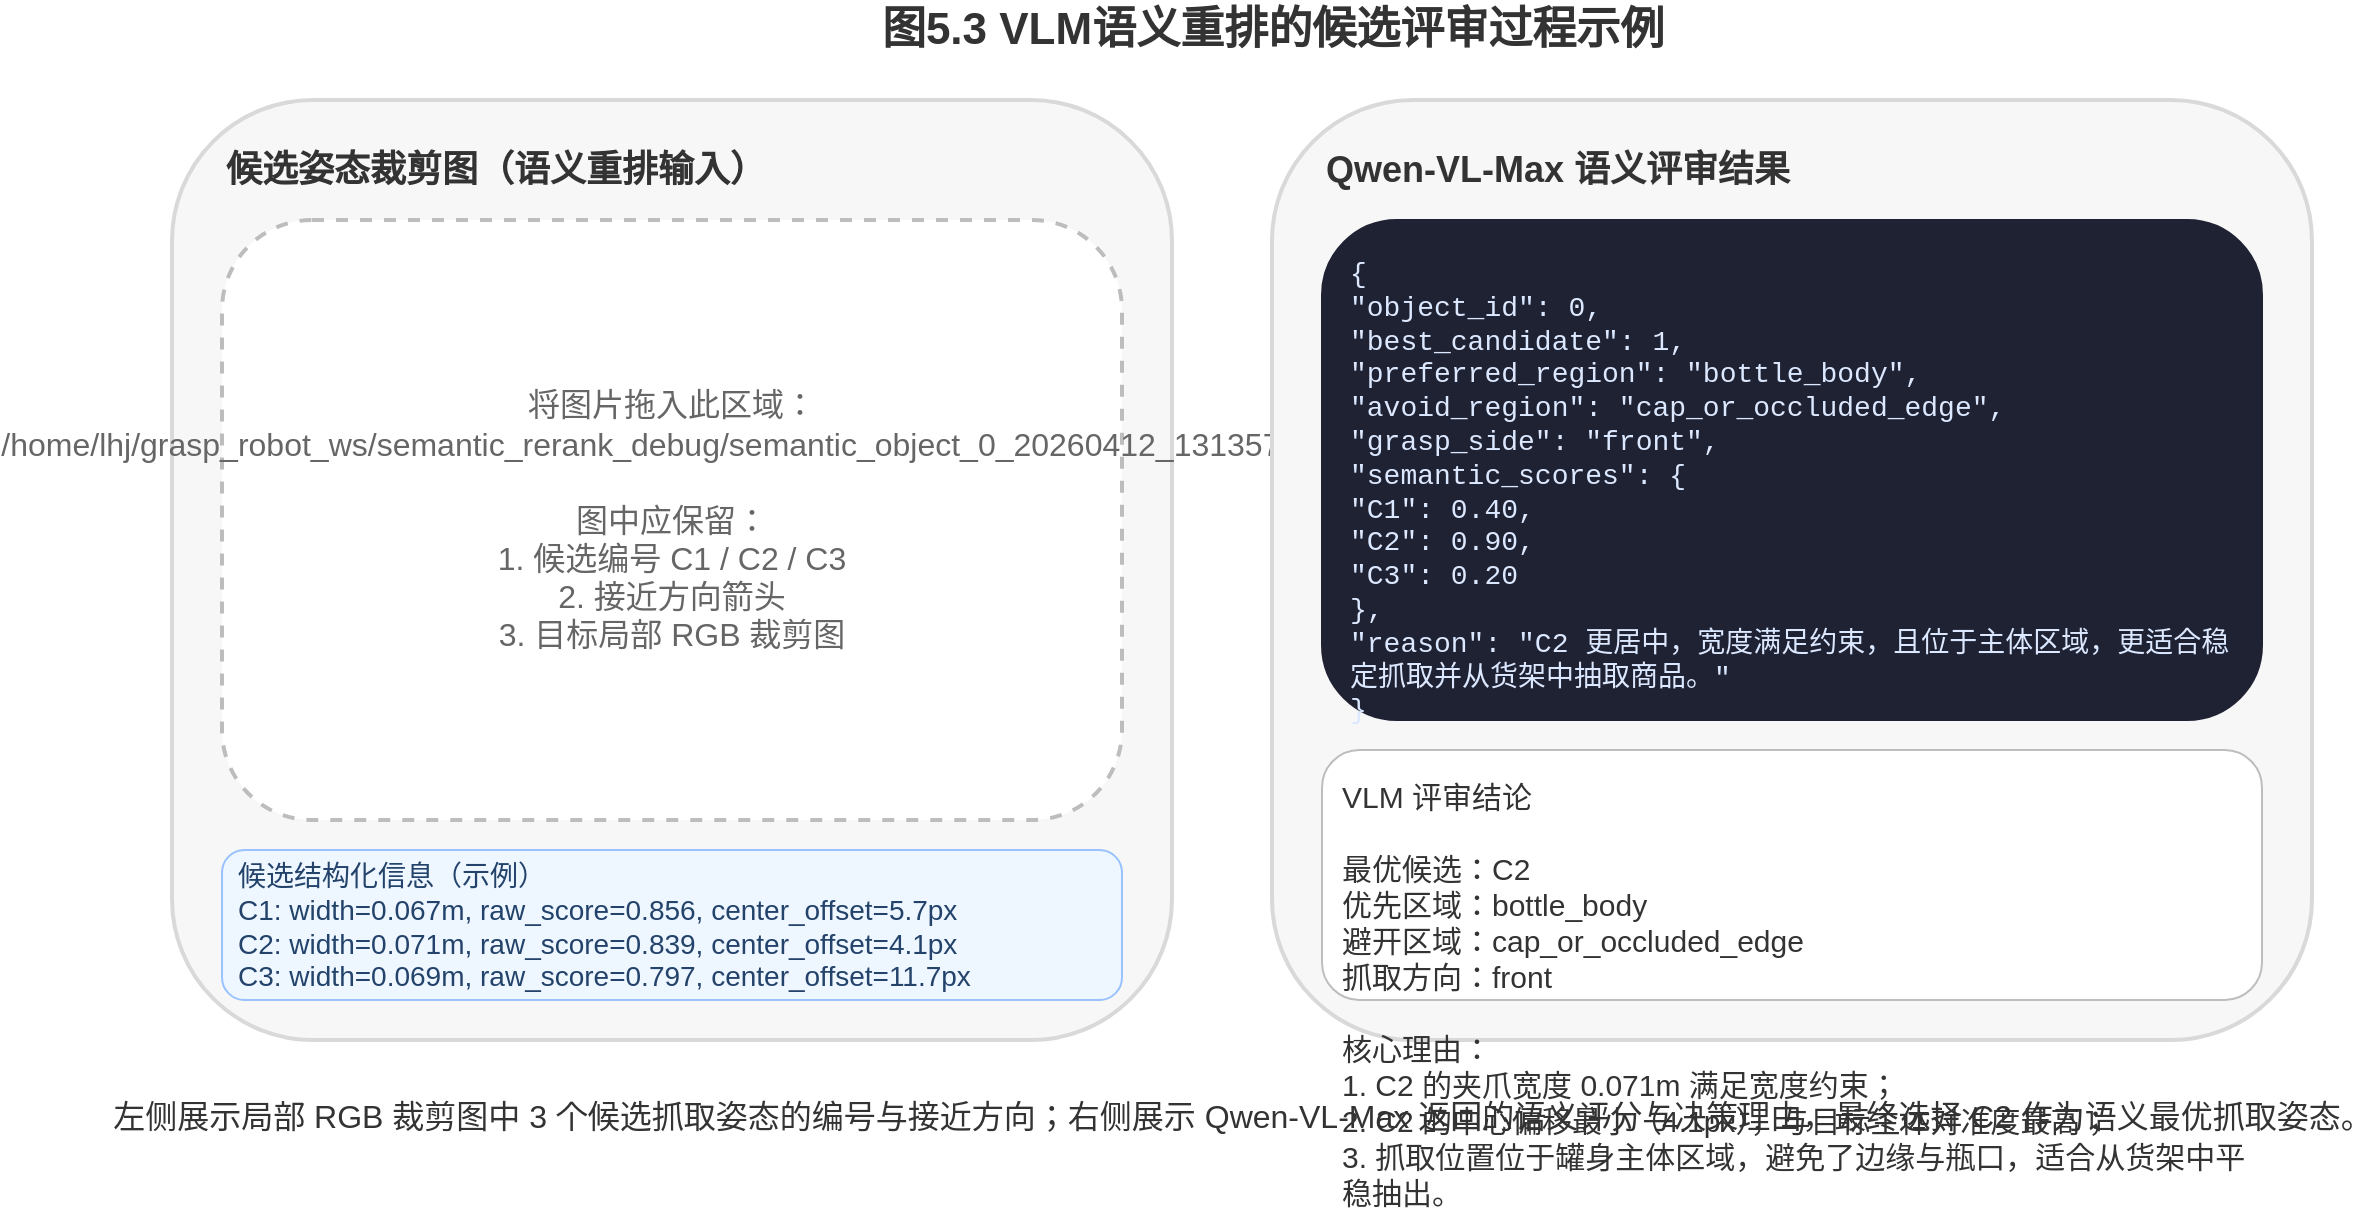
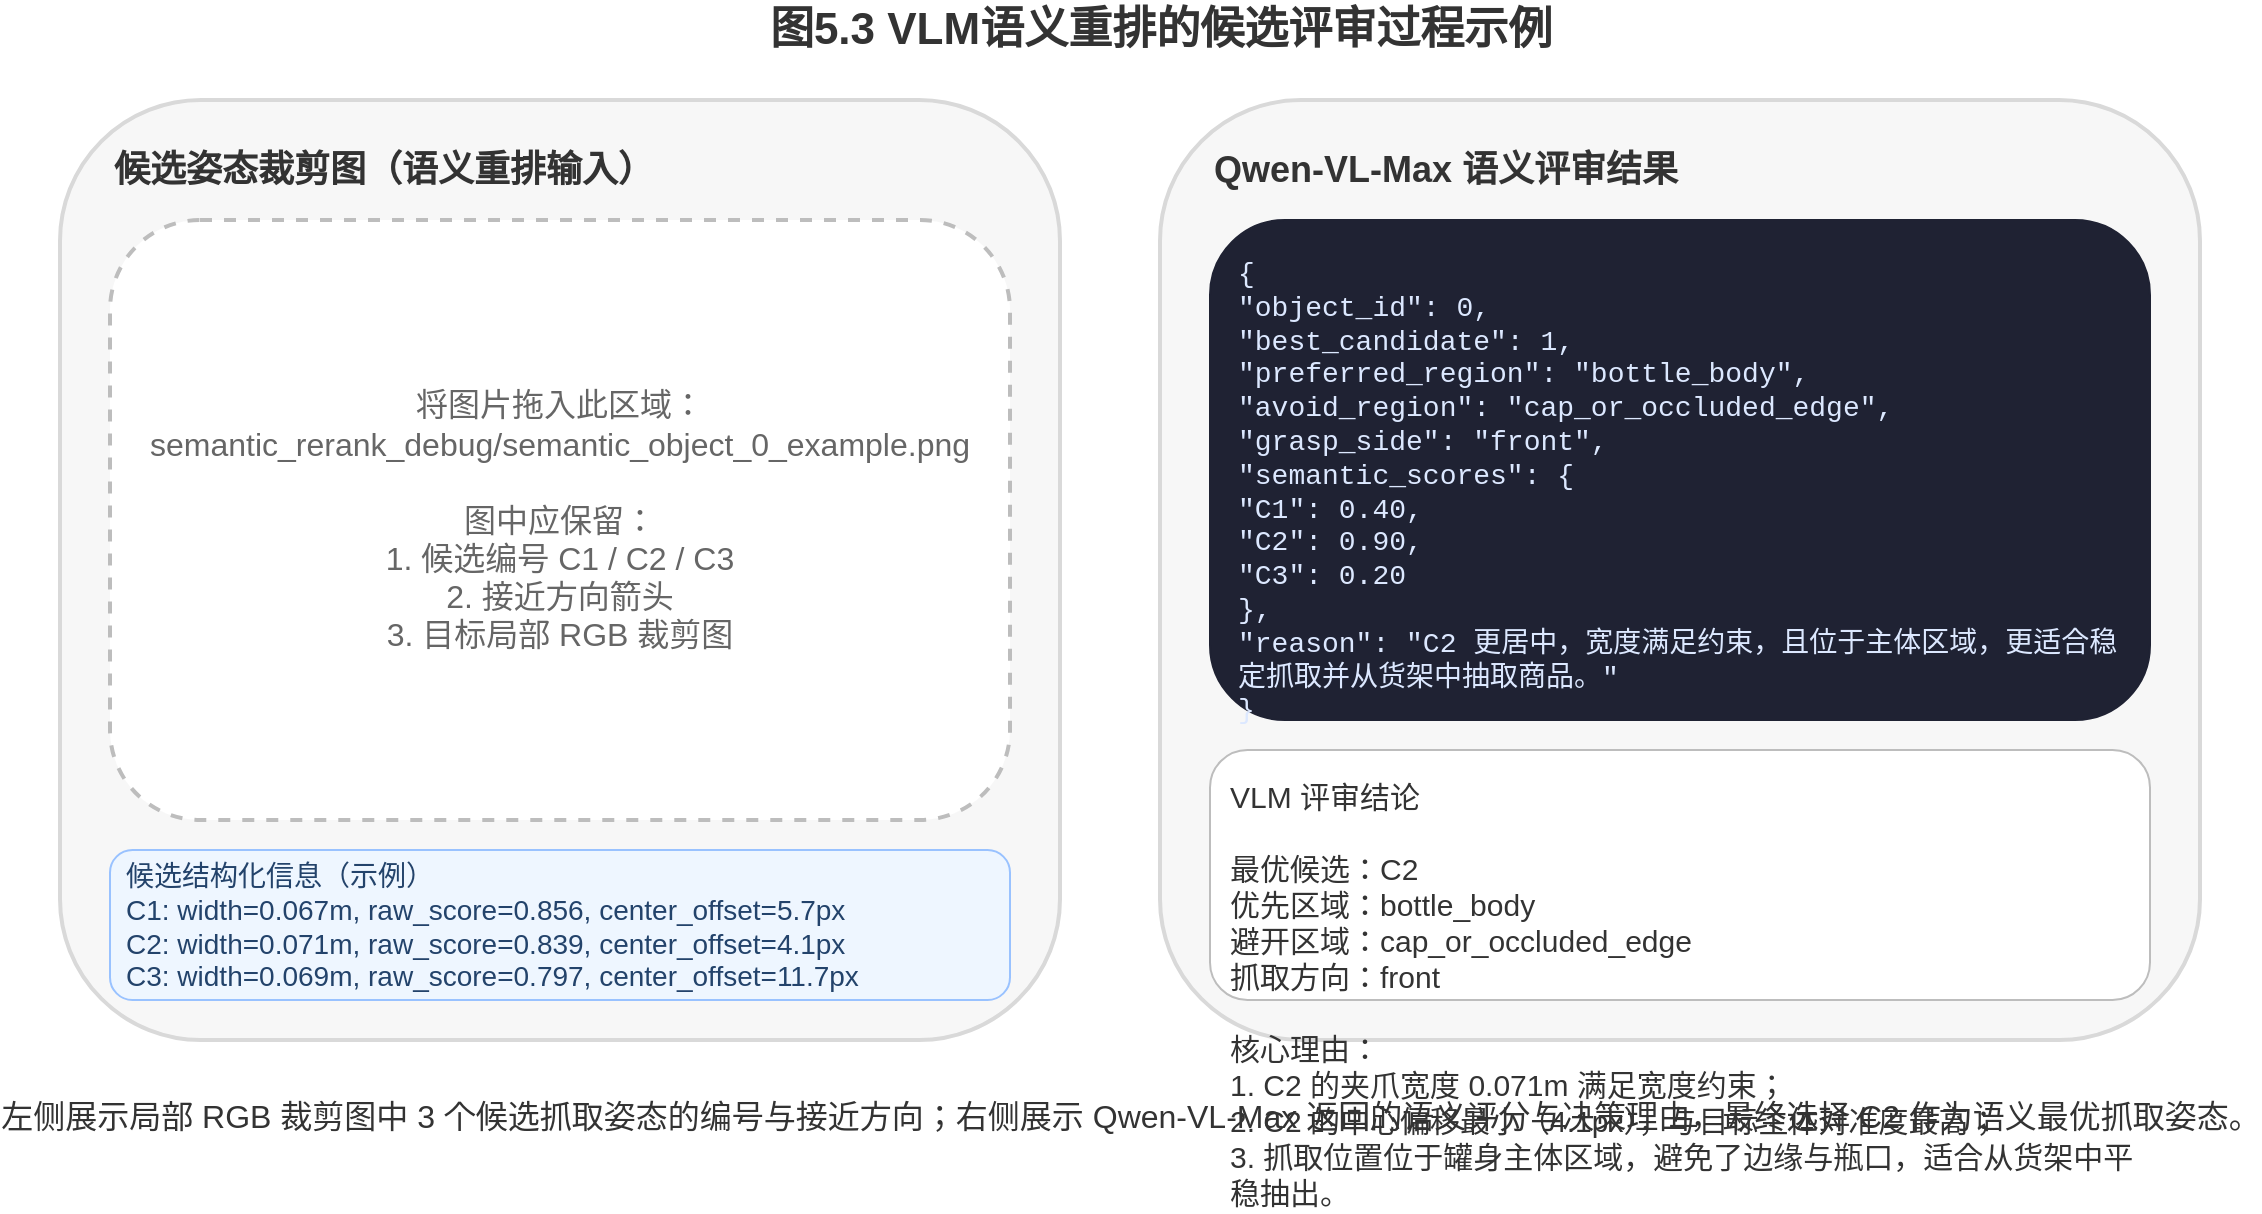
<mxfile host="app.diagrams.net" modified="2026-04-12T00:00:00.000Z" agent="Codex" version="24.7.17">
  <diagram id="fig53" name="Fig5.3 Semantic Rerank">
    <mxGraphModel dx="1280" dy="720" grid="1" gridSize="10" guides="1" tooltips="1" connect="0" arrows="0" fold="1" page="1" pageScale="1" pageWidth="1169" pageHeight="827" math="0" shadow="0">
      <root>
        <mxCell id="0"/>
        <mxCell id="1" parent="0"/>
        <mxCell id="title" value="图5.3 VLM语义重排的候选评审过程示例" style="text;html=1;strokeColor=none;fillColor=none;align=center;verticalAlign=middle;fontStyle=1;fontSize=22;fontColor=#333333;" vertex="1" parent="1">
          <mxGeometry x="250" y="20" width="700" height="30" as="geometry"/>
        </mxCell>
        <mxCell id="left_panel" value="" style="rounded=1;whiteSpace=wrap;html=1;fillColor=#f7f7f7;strokeColor=#d9d9d9;strokeWidth=2;" vertex="1" parent="1">
          <mxGeometry x="50" y="70" width="500" height="470" as="geometry"/>
        </mxCell>
        <mxCell id="left_header" value="候选姿态裁剪图（语义重排输入）" style="text;html=1;strokeColor=none;fillColor=none;align=left;verticalAlign=middle;fontStyle=1;fontSize=18;fontColor=#333333;" vertex="1" parent="1">
          <mxGeometry x="75" y="90" width="300" height="30" as="geometry"/>
        </mxCell>
-         <mxCell id="left_image_box" value="将图片拖入此区域：&#xa;/home/lhj/grasp_robot_ws/semantic_rerank_debug/semantic_object_0_20260412_131357.png&#xa;&#xa;图中应保留：&#xa;1. 候选编号 C1 / C2 / C3&#xa;2. 接近方向箭头&#xa;3. 目标局部 RGB 裁剪图" style="rounded=1;whiteSpace=wrap;html=1;fillColor=#ffffff;strokeColor=#bdbdbd;strokeWidth=2;dashed=1;align=center;verticalAlign=middle;fontSize=16;fontColor=#666666;" vertex="1" parent="1">
+         <mxCell id="left_image_box" value="将图片拖入此区域：&#xa;semantic_rerank_debug/semantic_object_0_example.png&#xa;&#xa;图中应保留：&#xa;1. 候选编号 C1 / C2 / C3&#xa;2. 接近方向箭头&#xa;3. 目标局部 RGB 裁剪图" style="rounded=1;whiteSpace=wrap;html=1;fillColor=#ffffff;strokeColor=#bdbdbd;strokeWidth=2;dashed=1;align=center;verticalAlign=middle;fontSize=16;fontColor=#666666;" vertex="1" parent="1">
          <mxGeometry x="75" y="130" width="450" height="300" as="geometry"/>
        </mxCell>
        <mxCell id="left_note" value="候选结构化信息（示例）&#xa;C1: width=0.067m, raw_score=0.856, center_offset=5.7px&#xa;C2: width=0.071m, raw_score=0.839, center_offset=4.1px&#xa;C3: width=0.069m, raw_score=0.797, center_offset=11.7px" style="rounded=1;whiteSpace=wrap;html=1;fillColor=#eef6ff;strokeColor=#99c2ff;strokeWidth=1;align=left;verticalAlign=middle;fontSize=14;fontColor=#23436b;spacing=8;" vertex="1" parent="1">
          <mxGeometry x="75" y="445" width="450" height="75" as="geometry"/>
        </mxCell>

        <mxCell id="right_panel" value="" style="rounded=1;whiteSpace=wrap;html=1;fillColor=#f7f7f7;strokeColor=#d9d9d9;strokeWidth=2;" vertex="1" parent="1">
          <mxGeometry x="600" y="70" width="520" height="470" as="geometry"/>
        </mxCell>
        <mxCell id="right_header" value="Qwen-VL-Max 语义评审结果" style="text;html=1;strokeColor=none;fillColor=none;align=left;verticalAlign=middle;fontStyle=1;fontSize=18;fontColor=#333333;" vertex="1" parent="1">
          <mxGeometry x="625" y="90" width="280" height="30" as="geometry"/>
        </mxCell>
        <mxCell id="json_box" value="{&#xa;  &quot;object_id&quot;: 0,&#xa;  &quot;best_candidate&quot;: 1,&#xa;  &quot;preferred_region&quot;: &quot;bottle_body&quot;,&#xa;  &quot;avoid_region&quot;: &quot;cap_or_occluded_edge&quot;,&#xa;  &quot;grasp_side&quot;: &quot;front&quot;,&#xa;  &quot;semantic_scores&quot;: {&#xa;    &quot;C1&quot;: 0.40,&#xa;    &quot;C2&quot;: 0.90,&#xa;    &quot;C3&quot;: 0.20&#xa;  },&#xa;  &quot;reason&quot;: &quot;C2 更居中，宽度满足约束，且位于主体区域，更适合稳定抓取并从货架中抽取商品。&quot;&#xa;}" style="rounded=1;whiteSpace=wrap;html=1;fillColor=#1f2233;strokeColor=#1f2233;fontSize=14;fontColor=#dce8ff;fontFamily=Courier New;align=left;verticalAlign=top;spacing=14;" vertex="1" parent="1">
          <mxGeometry x="625" y="130" width="470" height="250" as="geometry"/>
        </mxCell>
        <mxCell id="decision_box" value="VLM 评审结论&#xa;&#xa;最优候选：C2&#xa;优先区域：bottle_body&#xa;避开区域：cap_or_occluded_edge&#xa;抓取方向：front&#xa;&#xa;核心理由：&#xa;1. C2 的夹爪宽度 0.071m 满足宽度约束；&#xa;2. C2 的中心偏移最小（4.1px），与目标主体对准度最高；&#xa;3. 抓取位置位于罐身主体区域，避免了边缘与瓶口，适合从货架中平稳抽出。" style="rounded=1;whiteSpace=wrap;html=1;fillColor=#ffffff;strokeColor=#bdbdbd;strokeWidth=1;align=left;verticalAlign=top;fontSize=15;fontColor=#333333;spacing=10;" vertex="1" parent="1">
          <mxGeometry x="625" y="395" width="470" height="125" as="geometry"/>
        </mxCell>

        <mxCell id="caption" value="左侧展示局部 RGB 裁剪图中 3 个候选抓取姿态的编号与接近方向；右侧展示 Qwen-VL-Max 返回的语义评分与决策理由，最终选择 C2 作为语义最优抓取姿态。" style="text;html=1;strokeColor=none;fillColor=none;align=center;verticalAlign=middle;fontSize=16;fontColor=#333333;" vertex="1" parent="1">
          <mxGeometry x="120" y="555" width="930" height="45" as="geometry"/>
        </mxCell>
      </root>
    </mxGraphModel>
  </diagram>
</mxfile>
